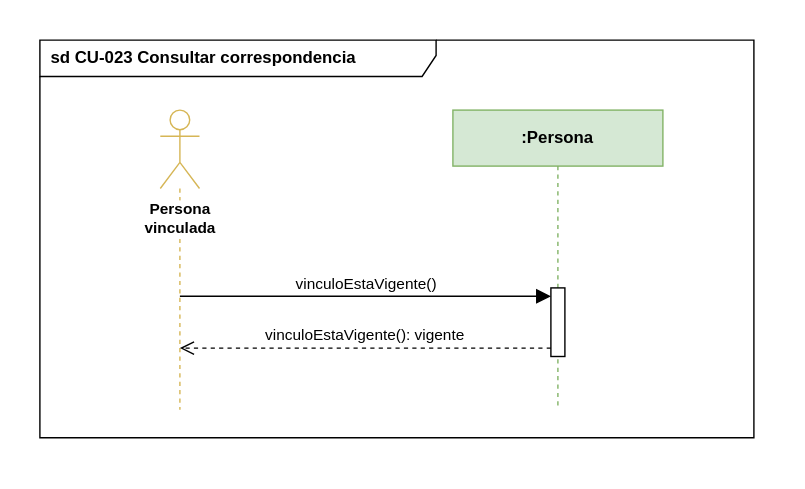
The draw.io diagram docs/diagramas/Secuencia/cu-023-consultar-correspondencia.svg in yor1008/propiedad-horizontal-back-end, before a commit. Source tidied: cells renumbered, new cells last; positions are measured from the earlier drawing's top-left corner, leaving out a move shared by most shapes.
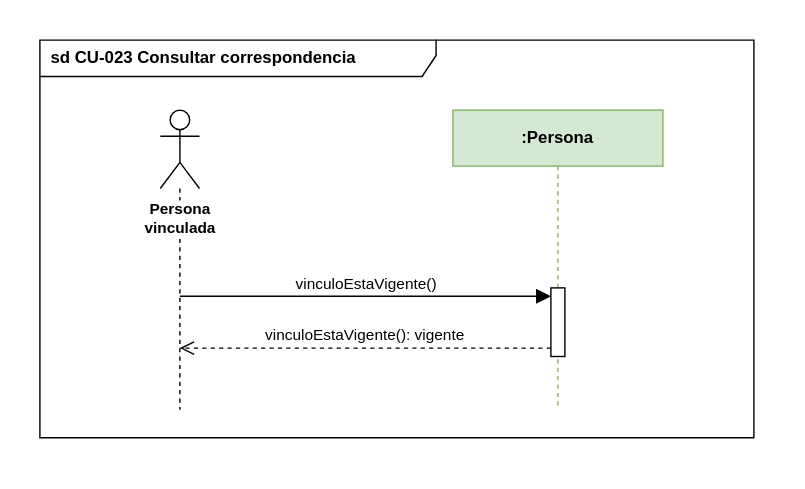
After the change.

What changed in the source:
```diff
@@ -5,7 +5,7 @@
     <mxCell id="2" value="sd CU-023 Consultar correspondencia" style="shape=umlFrame;whiteSpace=wrap;html=1;fillColor=#ffffff;strokeColor=#000000;fontStyle=1;fontSize=12;align=left;spacingLeft=6;width=283;height=26;" parent="1" vertex="1">
       <mxGeometry width="510" height="284" as="geometry" />
     </mxCell>
-    <mxCell id="3" value="Persona&lt;br&gt;vinculada" style="shape=umlLifeline;participant=umlActor;perimeter=lifelinePerimeter;whiteSpace=nowrap;html=1;outlineConnect=0;portConstraint=eastwest;size=56;verticalAlign=top;spacingTop=58;labelBackgroundColor=#ffffff;fontStyle=1;fontSize=11;fillColor=#ffffff;strokeColor=#d6b656;" parent="1" vertex="1">
+    <mxCell id="3" value="Persona&lt;br&gt;vinculada" style="shape=umlLifeline;participant=umlActor;perimeter=lifelinePerimeter;whiteSpace=nowrap;html=1;outlineConnect=0;portConstraint=eastwest;size=56;verticalAlign=top;spacingTop=58;labelBackgroundColor=#ffffff;fontStyle=1;fontSize=11;fillColor=#ffffff;strokeColor=#000000;" parent="1" vertex="1">
       <mxGeometry x="86" y="50" width="28" height="214" as="geometry" />
     </mxCell>
     <mxCell id="4" value=":Persona" style="shape=umlLifeline;perimeter=lifelinePerimeter;whiteSpace=wrap;html=1;size=40;fillColor=#d5e8d4;strokeColor=#82b366;fontStyle=1;fontSize=12;" parent="1" vertex="1">
```
